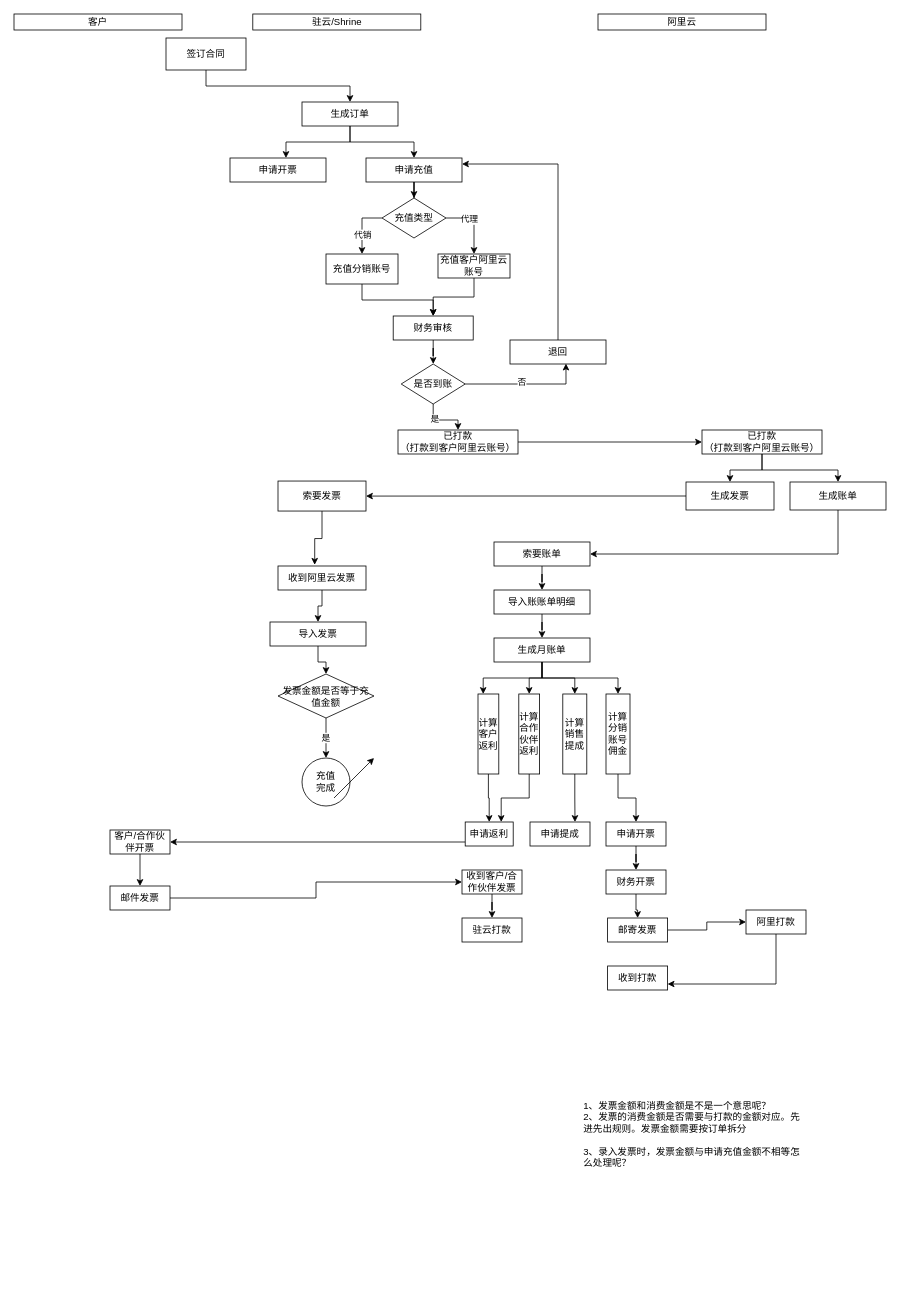
easefulfil/CLOUDCARE keeps this draw.io diagram as shrine-doc/云资源业务流程.drawio. Above is the earlier version. Source tidied: cells renumbered, new cells numbered last; positions are measured from the earlier drawing's top-left corner, leaving out a move shared by most shapes. Both pictures are drawn from the tidied source at 80%, with x=0, y=0 at pixel (14, 14).
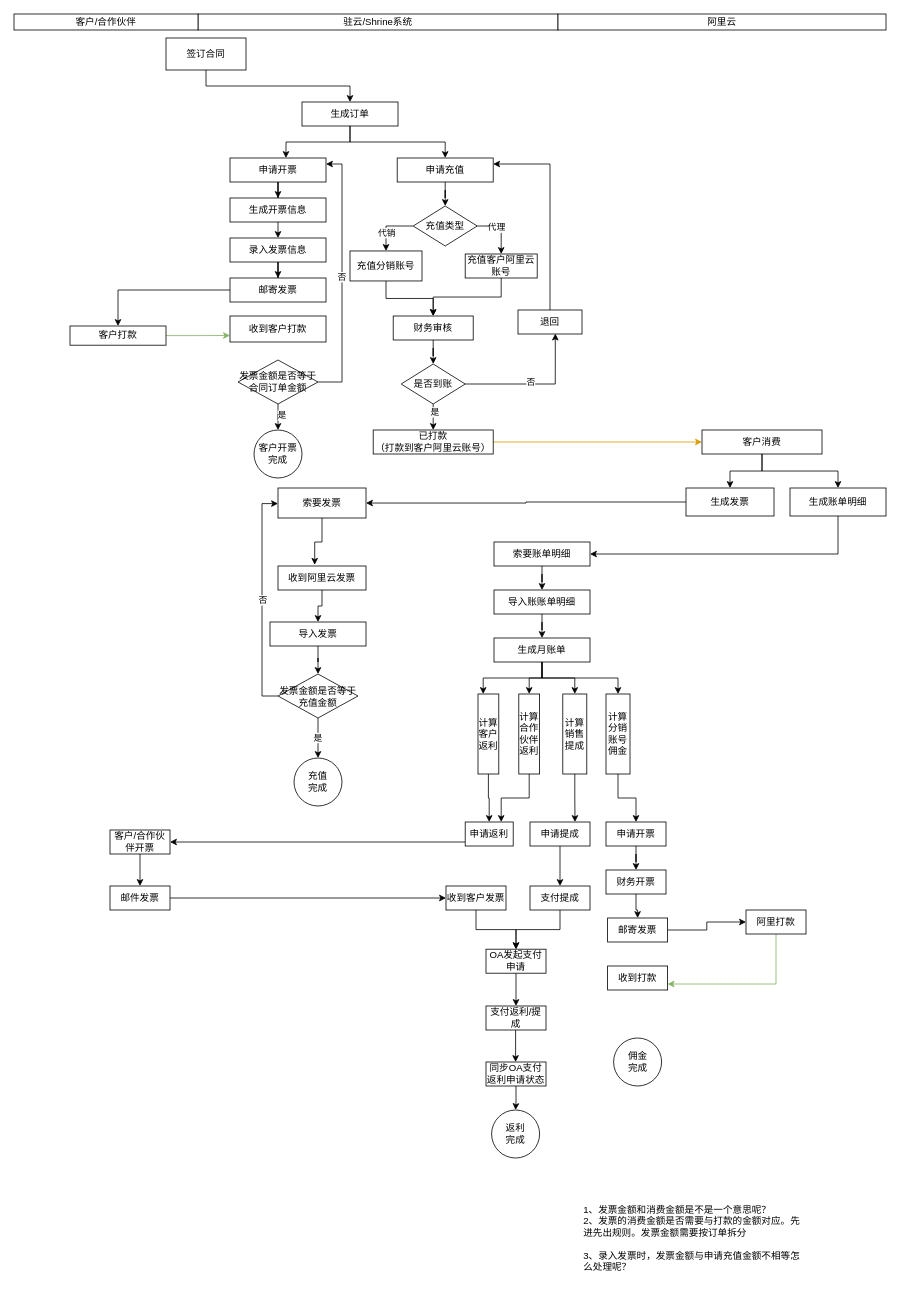
After the change.

Commit message:
Update 云资源业务流程.drawio

Unchanged cells that the change refers to:
```xml
<mxCell id="15" value="是否到账" style="rhombus;whiteSpace=wrap;html=1;" parent="1" vertex="1">
  <mxGeometry x="484" y="437.5" width="80" height="50" as="geometry" />
</mxCell>
<mxCell id="46" value="申请开票" style="rounded=0;whiteSpace=wrap;html=1;" parent="1" vertex="1">
  <mxGeometry x="270" y="180" width="120" height="30" as="geometry" />
</mxCell>
<mxCell id="71" value="申请提成" style="rounded=0;whiteSpace=wrap;html=1;" parent="1" vertex="1">
  <mxGeometry x="645" y="1010" width="75" height="30" as="geometry" />
</mxCell>
<mxCell id="77" value="阿里打款" style="rounded=0;whiteSpace=wrap;html=1;" parent="1" vertex="1">
  <mxGeometry x="915" y="1120" width="75" height="30" as="geometry" />
</mxCell>
<mxCell id="78" value="收到打款" style="rounded=0;whiteSpace=wrap;html=1;" parent="1" vertex="1">
  <mxGeometry x="742" y="1190" width="75" height="30" as="geometry" />
</mxCell>
<mxCell id="83" value="邮件发票" style="rounded=0;whiteSpace=wrap;html=1;" parent="1" vertex="1">
  <mxGeometry x="120" y="1090" width="75" height="30" as="geometry" />
</mxCell>
```

Change to the diagram source:
```diff
@@
-    <mxCell id="7" style="edgeStyle=orthogonalEdgeStyle;rounded=0;jettySize=auto;html=1;" parent="1" edge="1" source="8" target="26">
+    <mxCell id="7" style="edgeStyle=orthogonalEdgeStyle;rounded=0;jettySize=auto;html=1;entryX=0.5;entryY=0;entryDx=0;entryDy=0;" parent="1" edge="1" source="8" target="26">
       <mxGeometry relative="1" as="geometry" />
     </mxCell>
     <mxCell id="8" value="申请充值" style="rounded=0;whiteSpace=wrap;html=1;" parent="1" vertex="1">
-      <mxGeometry x="440" y="180" width="120" height="30" as="geometry" />
+      <mxGeometry x="479" y="180" width="120" height="30" as="geometry" />
     </mxCell>
@@
     <mxCell id="13" style="edgeStyle=orthogonalEdgeStyle;rounded=0;jettySize=auto;html=1;entryX=0.583;entryY=0.983;entryDx=0;entryDy=0;entryPerimeter=0;" parent="1" edge="1" source="15" target="19">
-      <mxGeometry relative="1" as="geometry" />
+      <mxGeometry relative="1" as="geometry">
+        <Array as="points">
+          <mxPoint x="677" y="463" />
+        </Array>
+      </mxGeometry>
     </mxCell>
@@
-    <mxCell id="16" style="edgeStyle=orthogonalEdgeStyle;rounded=0;jettySize=auto;html=1;" parent="1" edge="1" source="17" target="49">
+    <mxCell id="16" style="edgeStyle=orthogonalEdgeStyle;rounded=0;jettySize=auto;html=1;fillColor=#ffe6cc;strokeColor=#d79b00;" parent="1" edge="1" source="17" target="49">
       <mxGeometry relative="1" as="geometry" />
     </mxCell>
     <mxCell id="17" value="已打款&lt;br&gt;（打款到客户阿里云账号）" style="rounded=0;whiteSpace=wrap;html=1;" parent="1" vertex="1">
-      <mxGeometry x="480" y="520" width="150" height="30" as="geometry" />
+      <mxGeometry x="449" y="520" width="150" height="30" as="geometry" />
     </mxCell>
@@
     <mxCell id="19" value="退回" style="rounded=0;whiteSpace=wrap;html=1;" parent="1" vertex="1">
-      <mxGeometry x="620" y="407.5" width="120" height="30" as="geometry" />
+      <mxGeometry x="630" y="370" width="80" height="30" as="geometry" />
     </mxCell>
@@
     <mxCell id="21" value="充值分销账号" style="rounded=0;whiteSpace=wrap;html=1;" parent="1" vertex="1">
-      <mxGeometry x="390" y="300" width="90" height="37.5" as="geometry" />
+      <mxGeometry x="420" y="296.2" width="90" height="37.5" as="geometry" />
     </mxCell>
@@
     <mxCell id="26" value="充值类型" style="rhombus;whiteSpace=wrap;html=1;" parent="1" vertex="1">
-      <mxGeometry x="460" y="230" width="80" height="50" as="geometry" />
+      <mxGeometry x="499" y="240" width="80" height="50" as="geometry" />
     </mxCell>
@@
     <mxCell id="28" value="充值客户阿里云账号" style="rounded=0;whiteSpace=wrap;html=1;" parent="1" vertex="1">
-      <mxGeometry x="530" y="300" width="90" height="30" as="geometry" />
+      <mxGeometry x="564" y="300" width="90" height="30" as="geometry" />
     </mxCell>
@@
     <mxCell id="30" value="索要发票" style="rounded=0;whiteSpace=wrap;html=1;" parent="1" vertex="1">
-      <mxGeometry x="330" y="583.8" width="110" height="37.5" as="geometry" />
+      <mxGeometry x="330" y="592.5" width="110" height="37.5" as="geometry" />
     </mxCell>
@@
+    <mxCell id="87" style="edgeStyle=orthogonalEdgeStyle;rounded=0;jettySize=auto;html=1;" parent="1" edge="1" source="36">
+      <mxGeometry relative="1" as="geometry">
+        <mxPoint x="330" y="612" as="targetPoint" />
+        <Array as="points">
+          <mxPoint x="310" y="853" />
+          <mxPoint x="310" y="612" />
+        </Array>
+      </mxGeometry>
+    </mxCell>
+    <mxCell id="88" value="否" style="edgeLabel;html=1;align=center;verticalAlign=middle;" parent="87" vertex="1">
+      <mxGeometry relative="1" as="geometry" />
+    </mxCell>
     <mxCell id="36" value="发票金额是否等于充值金额" style="rhombus;whiteSpace=wrap;html=1;" parent="1" vertex="1">
-      <mxGeometry x="330" y="825" width="120" height="55" as="geometry" />
+      <mxGeometry x="330" y="825" width="100" height="55" as="geometry" />
     </mxCell>
     <mxCell id="37" value="充值&lt;br&gt;完成" style="ellipse;whiteSpace=wrap;html=1;" parent="1" vertex="1">
-      <mxGeometry x="360" y="930" width="60" height="60" as="geometry" />
+      <mxGeometry x="350" y="930" width="60" height="60" as="geometry" />
     </mxCell>
     <mxCell id="38" value="1、发票金额和消费金额是不是一个意思呢？&lt;br&gt;2、发票的消费金额是否需要与打款的金额对应。先进先出规则。发票金额需要按订单拆分&lt;br&gt;&lt;br&gt;&lt;div&gt;&lt;span&gt;3、录入发票时，发票金额与申请充值金额不相等怎么处理呢？&lt;/span&gt;&lt;/div&gt;&lt;div&gt;&lt;span&gt;&lt;br&gt;&lt;/span&gt;&lt;/div&gt;&lt;div&gt;&lt;br&gt;&lt;/div&gt;" style="text;html=1;strokeColor=none;fillColor=none;align=left;verticalAlign=middle;whiteSpace=wrap;rounded=0;" parent="1" vertex="1">
-      <mxGeometry x="710" y="1360" width="280" height="110" as="geometry" />
+      <mxGeometry x="710" y="1490" width="280" height="110" as="geometry" />
     </mxCell>
@@
     <mxCell id="40" value="&lt;span&gt;生成发票&lt;/span&gt;" style="rounded=0;whiteSpace=wrap;html=1;" parent="1" vertex="1">
-      <mxGeometry x="840" y="585" width="110" height="35" as="geometry" />
+      <mxGeometry x="840" y="592.5" width="110" height="35" as="geometry" />
     </mxCell>
@@
-    <mxCell id="42" value="&lt;span&gt;生成账单&lt;br&gt;&lt;/span&gt;" style="rounded=0;whiteSpace=wrap;html=1;" parent="1" vertex="1">
-      <mxGeometry x="970" y="585" width="120" height="35" as="geometry" />
+    <mxCell id="42" value="&lt;span&gt;生成账单明细&lt;br&gt;&lt;/span&gt;" style="rounded=0;whiteSpace=wrap;html=1;" parent="1" vertex="1">
+      <mxGeometry x="970" y="592.5" width="120" height="35" as="geometry" />
     </mxCell>
-    <mxCell id="43" value="驻云/Shrine" style="rounded=0;whiteSpace=wrap;html=1;" parent="1" vertex="1">
-      <mxGeometry x="298.5" width="210" height="20" as="geometry" />
+    <mxCell id="43" value="驻云/Shrine系统" style="rounded=0;whiteSpace=wrap;html=1;" parent="1" vertex="1">
+      <mxGeometry x="230" width="450" height="20" as="geometry" />
     </mxCell>
-    <mxCell id="44" value="客户" style="rounded=0;whiteSpace=wrap;html=1;" parent="1" vertex="1">
-      <mxGeometry width="210" height="20" as="geometry" />
+    <mxCell id="44" value="客户/合作伙伴" style="rounded=0;whiteSpace=wrap;html=1;" parent="1" vertex="1">
+      <mxGeometry width="230" height="20" as="geometry" />
     </mxCell>
     <mxCell id="45" value="阿里云" style="rounded=0;whiteSpace=wrap;html=1;" parent="1" vertex="1">
-      <mxGeometry x="730" width="210" height="20" as="geometry" />
+      <mxGeometry x="680" width="410" height="20" as="geometry" />
     </mxCell>
+    <mxCell id="89" style="edgeStyle=orthogonalEdgeStyle;rounded=0;jettySize=auto;html=1;entryX=0.5;entryY=0;entryDx=0;entryDy=0;" parent="1" edge="1" source="46" target="104">
+      <mxGeometry relative="1" as="geometry" />
+    </mxCell>
@@
-    <mxCell id="49" value="已打款&lt;br&gt;（打款到客户阿里云账号）" style="rounded=0;whiteSpace=wrap;html=1;" parent="1" vertex="1">
+    <mxCell id="49" value="客户消费" style="rounded=0;whiteSpace=wrap;html=1;" parent="1" vertex="1">
       <mxGeometry x="860" y="520" width="150" height="30" as="geometry" />
     </mxCell>
@@
-    <mxCell id="51" value="索要账单" style="rounded=0;whiteSpace=wrap;html=1;" parent="1" vertex="1">
+    <mxCell id="51" value="索要账单明细" style="rounded=0;whiteSpace=wrap;html=1;" parent="1" vertex="1">
       <mxGeometry x="600" y="660" width="120" height="30" as="geometry" />
     </mxCell>
@@
+    <mxCell id="90" style="edgeStyle=orthogonalEdgeStyle;rounded=0;jettySize=auto;html=1;" parent="1" edge="1" source="71" target="95">
+      <mxGeometry relative="1" as="geometry" />
+    </mxCell>
@@
-    <mxCell id="76" style="edgeStyle=orthogonalEdgeStyle;rounded=0;jettySize=auto;html=1;entryX=1;entryY=0.75;entryDx=0;entryDy=0;exitX=0.5;exitY=1;exitDx=0;exitDy=0;" parent="1" edge="1" source="77" target="78">
+    <mxCell id="76" style="edgeStyle=orthogonalEdgeStyle;rounded=0;jettySize=auto;html=1;entryX=1;entryY=0.75;entryDx=0;entryDy=0;exitX=0.5;exitY=1;exitDx=0;exitDy=0;fillColor=#d5e8d4;strokeColor=#82b366;" parent="1" edge="1" source="77" target="78">
       <mxGeometry relative="1" as="geometry" />
     </mxCell>
@@
-    <mxCell id="81" style="endArrow=classic;html=1;" parent="1" edge="1">
-      <mxGeometry relative="1" as="geometry">
-        <mxPoint x="400" y="980" as="sourcePoint" />
-        <mxPoint x="450" y="930" as="targetPoint" />
-      </mxGeometry>
-    </mxCell>
-    <mxCell id="82" style="edgeStyle=orthogonalEdgeStyle;rounded=0;jettySize=auto;html=1;" parent="1" edge="1" source="83" target="85">
-      <mxGeometry relative="1" as="geometry" />
-    </mxCell>
+    <mxCell id="91" style="edgeStyle=orthogonalEdgeStyle;rounded=0;jettySize=auto;html=1;" parent="1" edge="1" source="83" target="111">
+      <mxGeometry relative="1" as="geometry" />
+    </mxCell>
@@
-    <mxCell id="84" style="edgeStyle=orthogonalEdgeStyle;rounded=0;jettySize=auto;html=1;" parent="1" edge="1" source="85" target="86">
-      <mxGeometry relative="1" as="geometry" />
-    </mxCell>
+    <mxCell id="92" style="edgeStyle=orthogonalEdgeStyle;rounded=0;jettySize=auto;html=1;" parent="1" edge="1" source="85" target="116">
+      <mxGeometry relative="1" as="geometry" />
+    </mxCell>
-    <mxCell id="85" value="收到客户/合作伙伴发票" style="rounded=0;whiteSpace=wrap;html=1;" parent="1" vertex="1">
-      <mxGeometry x="560" y="1070" width="75" height="30" as="geometry" />
+    <mxCell id="85" value="同步OA支付返利申请状态" style="rounded=0;whiteSpace=wrap;html=1;" parent="1" vertex="1">
+      <mxGeometry x="590" y="1310" width="75" height="30" as="geometry" />
     </mxCell>
-    <mxCell id="86" value="驻云打款" style="rounded=0;whiteSpace=wrap;html=1;" parent="1" vertex="1">
-      <mxGeometry x="560" y="1130" width="75" height="30" as="geometry" />
-    </mxCell>
+    <mxCell id="93" value="佣金&lt;br&gt;完成" style="ellipse;whiteSpace=wrap;html=1;" parent="1" vertex="1">
+      <mxGeometry x="749.5" y="1280" width="60" height="60" as="geometry" />
+    </mxCell>
+    <mxCell id="94" style="edgeStyle=orthogonalEdgeStyle;rounded=0;jettySize=auto;html=1;entryX=0.5;entryY=0;entryDx=0;entryDy=0;" parent="1" edge="1" source="95" target="113">
+      <mxGeometry relative="1" as="geometry" />
+    </mxCell>
+    <mxCell id="95" value="支付提成" style="rounded=0;whiteSpace=wrap;html=1;" parent="1" vertex="1">
+      <mxGeometry x="645" y="1090" width="75" height="30" as="geometry" />
+    </mxCell>
+    <mxCell id="96" style="edgeStyle=orthogonalEdgeStyle;rounded=0;jettySize=auto;html=1;entryX=0.5;entryY=0;entryDx=0;entryDy=0;" parent="1" edge="1" source="97" target="99">
+      <mxGeometry relative="1" as="geometry" />
+    </mxCell>
+    <mxCell id="97" value="录入发票信息" style="rounded=0;whiteSpace=wrap;html=1;" parent="1" vertex="1">
+      <mxGeometry x="270" y="280" width="120" height="30" as="geometry" />
+    </mxCell>
+    <mxCell id="98" style="edgeStyle=orthogonalEdgeStyle;rounded=0;jettySize=auto;html=1;" parent="1" edge="1" source="99" target="101">
+      <mxGeometry relative="1" as="geometry" />
+    </mxCell>
+    <mxCell id="99" value="邮寄发票" style="rounded=0;whiteSpace=wrap;html=1;" parent="1" vertex="1">
+      <mxGeometry x="270" y="330" width="120" height="30" as="geometry" />
+    </mxCell>
+    <mxCell id="100" style="edgeStyle=orthogonalEdgeStyle;rounded=0;jettySize=auto;html=1;entryX=0;entryY=0.75;entryDx=0;entryDy=0;exitX=1;exitY=0.5;exitDx=0;exitDy=0;fillColor=#d5e8d4;strokeColor=#82b366;" parent="1" edge="1" source="101" target="102">
+      <mxGeometry relative="1" as="geometry" />
+    </mxCell>
+    <mxCell id="101" value="客户打款" style="rounded=0;whiteSpace=wrap;html=1;" parent="1" vertex="1">
+      <mxGeometry x="70" y="390" width="120" height="24" as="geometry" />
+    </mxCell>
+    <mxCell id="102" value="收到客户打款" style="rounded=0;whiteSpace=wrap;html=1;" parent="1" vertex="1">
+      <mxGeometry x="270" y="377.5" width="120" height="32.5" as="geometry" />
+    </mxCell>
+    <mxCell id="103" style="edgeStyle=orthogonalEdgeStyle;rounded=0;jettySize=auto;html=1;" parent="1" edge="1" source="104">
+      <mxGeometry relative="1" as="geometry">
+        <mxPoint x="330" y="280" as="targetPoint" />
+      </mxGeometry>
+    </mxCell>
+    <mxCell id="104" value="生成开票信息" style="rounded=0;whiteSpace=wrap;html=1;" parent="1" vertex="1">
+      <mxGeometry x="270" y="230" width="120" height="30" as="geometry" />
+    </mxCell>
+    <mxCell id="105" style="edgeStyle=orthogonalEdgeStyle;rounded=0;jettySize=auto;html=1;" parent="1" edge="1" source="108" target="109">
+      <mxGeometry relative="1" as="geometry" />
+    </mxCell>
+    <mxCell id="106" value="是" style="edgeLabel;html=1;align=center;verticalAlign=middle;" parent="105" vertex="1">
+      <mxGeometry x="0.11" y="-4" relative="1" as="geometry" />
+    </mxCell>
+    <mxCell id="107" value="否" style="edgeStyle=orthogonalEdgeStyle;rounded=0;jettySize=auto;html=1;entryX=1;entryY=0.25;entryDx=0;entryDy=0;exitX=1;exitY=0.5;exitDx=0;exitDy=0;" parent="1" edge="1" source="108" target="46">
+      <mxGeometry relative="1" as="geometry">
+        <Array as="points">
+          <mxPoint x="410" y="460" />
+          <mxPoint x="410" y="188" />
+        </Array>
+      </mxGeometry>
+    </mxCell>
+    <mxCell id="108" value="发票金额是否等于合同订单金额" style="rhombus;whiteSpace=wrap;html=1;" parent="1" vertex="1">
+      <mxGeometry x="280" y="432.5" width="100" height="55" as="geometry" />
+    </mxCell>
+    <mxCell id="109" value="客户开票完成" style="ellipse;whiteSpace=wrap;html=1;" parent="1" vertex="1">
+      <mxGeometry x="300" y="520" width="60" height="60" as="geometry" />
+    </mxCell>
+    <mxCell id="110" style="edgeStyle=orthogonalEdgeStyle;rounded=0;jettySize=auto;html=1;entryX=0.5;entryY=0;entryDx=0;entryDy=0;" parent="1" edge="1" source="111" target="113">
+      <mxGeometry relative="1" as="geometry" />
+    </mxCell>
+    <mxCell id="111" value="收到客户发票" style="rounded=0;whiteSpace=wrap;html=1;" parent="1" vertex="1">
+      <mxGeometry x="540" y="1090" width="75" height="30" as="geometry" />
+    </mxCell>
+    <mxCell id="112" style="edgeStyle=orthogonalEdgeStyle;rounded=0;jettySize=auto;html=1;" parent="1" edge="1" source="113" target="115">
+      <mxGeometry relative="1" as="geometry" />
+    </mxCell>
+    <mxCell id="113" value="OA发起支付申请" style="rounded=0;whiteSpace=wrap;html=1;" parent="1" vertex="1">
+      <mxGeometry x="590" y="1169" width="75" height="30" as="geometry" />
+    </mxCell>
+    <mxCell id="114" style="edgeStyle=orthogonalEdgeStyle;rounded=0;jettySize=auto;html=1;" parent="1" edge="1" source="115">
+      <mxGeometry relative="1" as="geometry">
+        <mxPoint x="627" y="1310" as="targetPoint" />
+      </mxGeometry>
+    </mxCell>
+    <mxCell id="115" value="支付返利/提成" style="rounded=0;whiteSpace=wrap;html=1;" parent="1" vertex="1">
+      <mxGeometry x="590" y="1240" width="75" height="30" as="geometry" />
+    </mxCell>
+    <mxCell id="116" value="返利&lt;br&gt;完成" style="ellipse;whiteSpace=wrap;html=1;" parent="1" vertex="1">
+      <mxGeometry x="597" y="1370" width="60" height="60" as="geometry" />
+    </mxCell>
```
